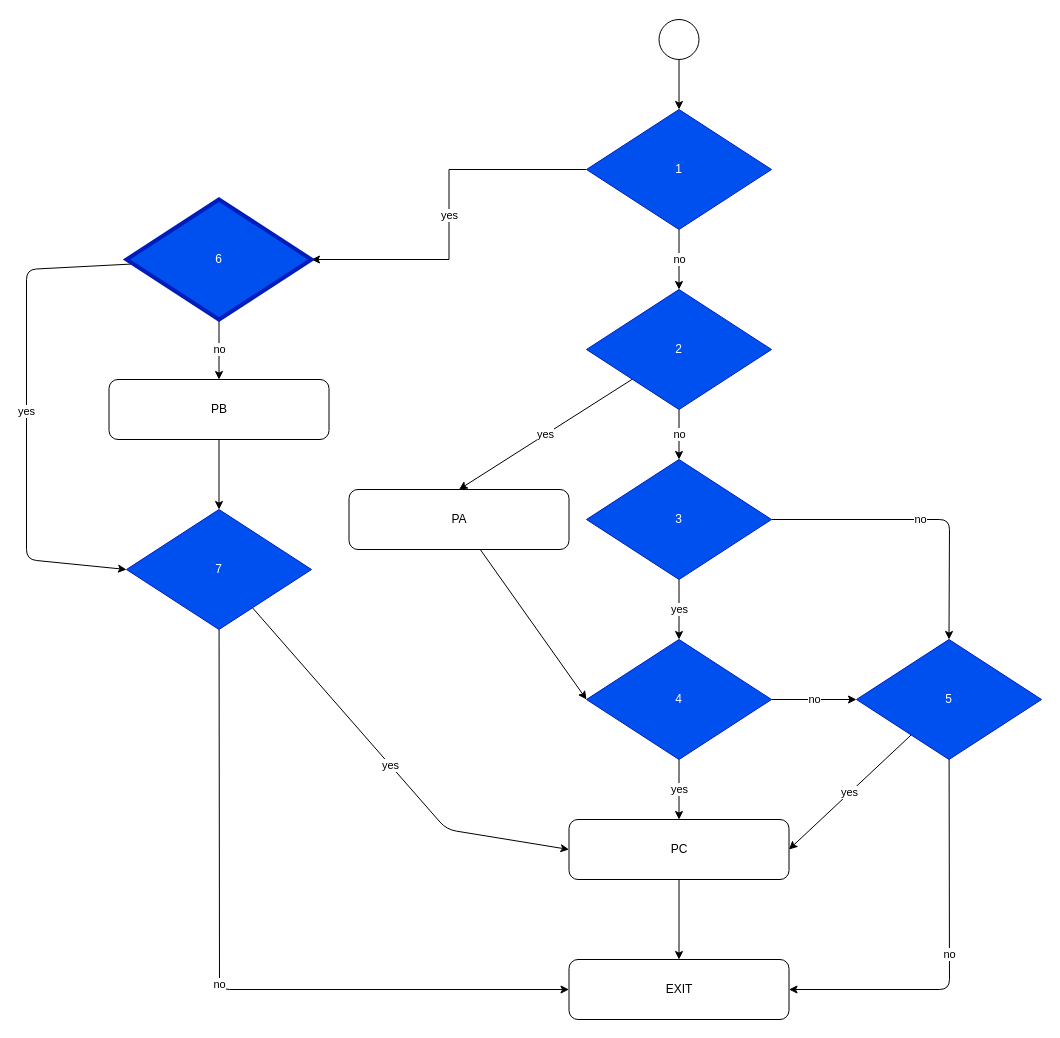
The draw.io diagram drawio_examples/addDemo_highlighted.drawio in clmentcoutet/graphe, before the edit. Source tidied: cells renumbered, new cells numbered last; positions are measured from the earlier drawing's top-left corner, leaving out a move shared by most shapes. Both pictures are drawn from the tidied source at 100%, with x=0, y=0 at pixel (26, 19).
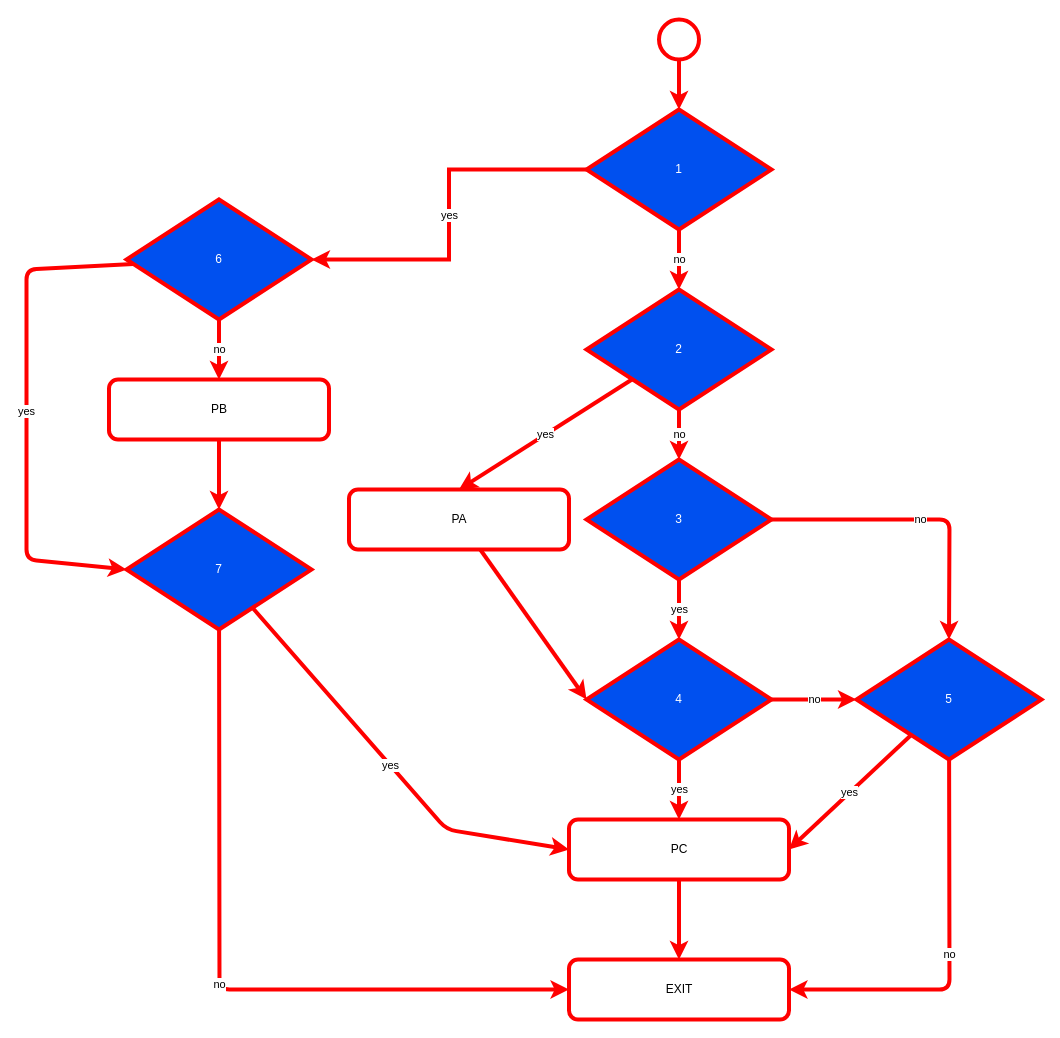
Above is the later version.

Change to the diagram source:
```diff
@@
-    <mxCell id="2" style="edgeStyle=none;html=1;exitX=0.5;exitY=1;exitDx=0;exitDy=0;entryX=0.5;entryY=0;entryDx=0;entryDy=0;" parent="1" edge="1" source="6" target="5">
+    <mxCell id="2" style="edgeStyle=none;html=1;exitX=0.5;exitY=1;exitDx=0;exitDy=0;entryX=0.5;entryY=0;entryDx=0;entryDy=0;strokeColor=#FF0000;strokeWidth=4;" parent="1" edge="1" source="6" target="5">
       <mxGeometry relative="1" as="geometry" />
     </mxCell>
-    <mxCell id="3" value="no" style="edgeStyle=none;html=1;" parent="1" edge="1" source="5" target="11">
+    <mxCell id="3" value="no" style="edgeStyle=none;html=1;strokeColor=#FF0000;strokeWidth=4;" parent="1" edge="1" source="5" target="11">
       <mxGeometry relative="1" as="geometry" />
     </mxCell>
-    <mxCell id="4" value="yes" style="edgeStyle=orthogonalEdgeStyle;rounded=0;jettySize=auto;html=1;" parent="1" edge="1" source="5" target="23">
+    <mxCell id="4" value="yes" style="edgeStyle=orthogonalEdgeStyle;rounded=0;jettySize=auto;html=1;strokeColor=#FF0000;strokeWidth=4;" parent="1" edge="1" source="5" target="23">
       <mxGeometry relative="1" as="geometry" />
     </mxCell>
-    <mxCell id="5" value="1" style="rhombus;whiteSpace=wrap;html=1;fillColor=#0050ef;fontColor=#ffffff;strokeColor=#001DBC;" parent="1" vertex="1">
+    <mxCell id="5" value="1" style="rhombus;whiteSpace=wrap;html=1;fillColor=#0050ef;fontColor=#ffffff;strokeColor=#FF0000;strokeWidth=4;" parent="1" vertex="1">
       <mxGeometry x="560" y="90" width="185" height="120" as="geometry" />
     </mxCell>
-    <mxCell id="6" style="ellipse;whiteSpace=wrap;html=1;" parent="1" vertex="1">
+    <mxCell id="6" style="ellipse;whiteSpace=wrap;html=1;strokeColor=#FF0000;strokeWidth=4;" parent="1" vertex="1">
       <mxGeometry x="632.5" width="40" height="40" as="geometry" />
     </mxCell>
-    <mxCell id="7" style="edgeStyle=none;html=1;" parent="1" edge="1" source="8" target="26">
+    <mxCell id="7" style="edgeStyle=none;html=1;strokeColor=#FF0000;strokeWidth=4;" parent="1" edge="1" source="8" target="26">
       <mxGeometry relative="1" as="geometry" />
     </mxCell>
-    <mxCell id="8" value="PB" style="rounded=1;whiteSpace=wrap;html=1;" parent="1" vertex="1">
+    <mxCell id="8" value="PB" style="rounded=1;whiteSpace=wrap;html=1;strokeColor=#FF0000;strokeWidth=4;" parent="1" vertex="1">
       <mxGeometry x="82.5" y="360" width="220" height="60" as="geometry" />
     </mxCell>
-    <mxCell id="9" value="no" style="edgeStyle=none;html=1;" parent="1" edge="1" source="11" target="14">
+    <mxCell id="9" value="no" style="edgeStyle=none;html=1;strokeColor=#FF0000;strokeWidth=4;" parent="1" edge="1" source="11" target="14">
       <mxGeometry relative="1" as="geometry" />
     </mxCell>
-    <mxCell id="10" value="yes" style="edgeStyle=none;html=1;entryX=0.5;entryY=0;entryDx=0;entryDy=0;" parent="1" edge="1" source="11" target="28">
+    <mxCell id="10" value="yes" style="edgeStyle=none;html=1;entryX=0.5;entryY=0;entryDx=0;entryDy=0;strokeColor=#FF0000;strokeWidth=4;" parent="1" edge="1" source="11" target="28">
       <mxGeometry relative="1" as="geometry" />
     </mxCell>
-    <mxCell id="11" value="2" style="rhombus;whiteSpace=wrap;html=1;fillColor=#0050ef;fontColor=#ffffff;strokeColor=#001DBC;" parent="1" vertex="1">
+    <mxCell id="11" value="2" style="rhombus;whiteSpace=wrap;html=1;fillColor=#0050ef;fontColor=#ffffff;strokeColor=#FF0000;strokeWidth=4;" parent="1" vertex="1">
       <mxGeometry x="560" y="270" width="185" height="120" as="geometry" />
     </mxCell>
-    <mxCell id="12" value="no" style="edgeStyle=none;html=1;exitX=1;exitY=0.5;exitDx=0;exitDy=0;entryX=0.5;entryY=0;entryDx=0;entryDy=0;" parent="1" edge="1" source="14" target="20">
+    <mxCell id="12" value="no" style="edgeStyle=none;html=1;exitX=1;exitY=0.5;exitDx=0;exitDy=0;entryX=0.5;entryY=0;entryDx=0;entryDy=0;strokeColor=#FF0000;strokeWidth=4;" parent="1" edge="1" source="14" target="20">
       <mxGeometry relative="1" as="geometry">
         <Array as="points">
           <mxPoint x="923" y="500" />
         </Array>
       </mxGeometry>
     </mxCell>
-    <mxCell id="13" value="yes" style="edgeStyle=none;html=1;" parent="1" edge="1" source="14" target="17">
+    <mxCell id="13" value="yes" style="edgeStyle=none;html=1;strokeColor=#FF0000;strokeWidth=4;" parent="1" edge="1" source="14" target="17">
       <mxGeometry relative="1" as="geometry" />
     </mxCell>
-    <mxCell id="14" value="3" style="rhombus;whiteSpace=wrap;html=1;fillColor=#0050ef;fontColor=#ffffff;strokeColor=#001DBC;" parent="1" vertex="1">
+    <mxCell id="14" value="3" style="rhombus;whiteSpace=wrap;html=1;fillColor=#0050ef;fontColor=#ffffff;strokeColor=#FF0000;strokeWidth=4;" parent="1" vertex="1">
       <mxGeometry x="560" y="440" width="185" height="120" as="geometry" />
     </mxCell>
-    <mxCell id="15" value="no" style="edgeStyle=none;html=1;" parent="1" edge="1" source="17" target="20">
+    <mxCell id="15" value="no" style="edgeStyle=none;html=1;strokeColor=#FF0000;strokeWidth=4;" parent="1" edge="1" source="17" target="20">
       <mxGeometry relative="1" as="geometry" />
     </mxCell>
-    <mxCell id="16" value="yes" style="edgeStyle=none;html=1;" parent="1" edge="1" source="17" target="30">
+    <mxCell id="16" value="yes" style="edgeStyle=none;html=1;strokeColor=#FF0000;strokeWidth=4;" parent="1" edge="1" source="17" target="30">
       <mxGeometry relative="1" as="geometry" />
     </mxCell>
-    <mxCell id="17" value="4" style="rhombus;whiteSpace=wrap;html=1;fillColor=#0050ef;fontColor=#ffffff;strokeColor=#001DBC;" parent="1" vertex="1">
+    <mxCell id="17" value="4" style="rhombus;whiteSpace=wrap;html=1;fillColor=#0050ef;fontColor=#ffffff;strokeColor=#FF0000;strokeWidth=4;" parent="1" vertex="1">
       <mxGeometry x="560" y="620" width="185" height="120" as="geometry" />
     </mxCell>
-    <mxCell id="18" value="yes" style="edgeStyle=none;html=1;entryX=1;entryY=0.5;entryDx=0;entryDy=0;" parent="1" edge="1" source="20" target="30">
+    <mxCell id="18" value="yes" style="edgeStyle=none;html=1;entryX=1;entryY=0.5;entryDx=0;entryDy=0;strokeColor=#FF0000;strokeWidth=4;" parent="1" edge="1" source="20" target="30">
       <mxGeometry relative="1" as="geometry" />
     </mxCell>
-    <mxCell id="19" value="no" style="edgeStyle=none;html=1;entryX=1;entryY=0.5;entryDx=0;entryDy=0;" parent="1" edge="1" source="20" target="31">
+    <mxCell id="19" value="no" style="edgeStyle=none;html=1;entryX=1;entryY=0.5;entryDx=0;entryDy=0;strokeColor=#FF0000;strokeWidth=4;" parent="1" edge="1" source="20" target="31">
       <mxGeometry relative="1" as="geometry">
         <Array as="points">
           <mxPoint x="923" y="970" />
         </Array>
       </mxGeometry>
     </mxCell>
-    <mxCell id="20" value="5" style="rhombus;whiteSpace=wrap;html=1;fillColor=#0050ef;fontColor=#ffffff;strokeColor=#001DBC;" parent="1" vertex="1">
+    <mxCell id="20" value="5" style="rhombus;whiteSpace=wrap;html=1;fillColor=#0050ef;fontColor=#ffffff;strokeColor=#FF0000;strokeWidth=4;" parent="1" vertex="1">
       <mxGeometry x="830" y="620" width="185" height="120" as="geometry" />
     </mxCell>
-    <mxCell id="21" value="no" style="edgeStyle=none;html=1;" parent="1" edge="1" source="23" target="8">
+    <mxCell id="21" value="no" style="edgeStyle=none;html=1;strokeColor=#FF0000;strokeWidth=4;" parent="1" edge="1" source="23" target="8">
       <mxGeometry relative="1" as="geometry" />
     </mxCell>
-    <mxCell id="22" value="yes" style="edgeStyle=none;html=1;entryX=0;entryY=0.5;entryDx=0;entryDy=0;" parent="1" edge="1" source="23" target="26">
+    <mxCell id="22" value="yes" style="edgeStyle=none;html=1;entryX=0;entryY=0.5;entryDx=0;entryDy=0;strokeColor=#FF0000;strokeWidth=4;" parent="1" edge="1" source="23" target="26">
       <mxGeometry relative="1" as="geometry">
         <Array as="points">
           <mxPoint y="250" />
           <mxPoint y="540" />
         </Array>
       </mxGeometry>
     </mxCell>
-    <mxCell id="23" value="6" style="rhombus;whiteSpace=wrap;html=1;fillColor=#0050ef;fontColor=#ffffff;strokeColor=#001DBC;strokeWidth=4;" parent="1" vertex="1">
+    <mxCell id="23" value="6" style="rhombus;whiteSpace=wrap;html=1;fillColor=#0050ef;fontColor=#ffffff;strokeColor=#FF0000;strokeWidth=4;" parent="1" vertex="1">
       <mxGeometry x="100" y="180" width="185" height="120" as="geometry" />
     </mxCell>
-    <mxCell id="24" value="yes" style="edgeStyle=none;html=1;entryX=0;entryY=0.5;entryDx=0;entryDy=0;" parent="1" edge="1" source="26" target="30">
+    <mxCell id="24" value="yes" style="edgeStyle=none;html=1;entryX=0;entryY=0.5;entryDx=0;entryDy=0;strokeColor=#FF0000;strokeWidth=4;" parent="1" edge="1" source="26" target="30">
       <mxGeometry relative="1" as="geometry">
         <Array as="points">
           <mxPoint x="420" y="810" />
         </Array>
       </mxGeometry>
     </mxCell>
-    <mxCell id="25" value="no" style="edgeStyle=none;html=1;entryX=0;entryY=0.5;entryDx=0;entryDy=0;" parent="1" edge="1" source="26" target="31">
+    <mxCell id="25" value="no" style="edgeStyle=none;html=1;entryX=0;entryY=0.5;entryDx=0;entryDy=0;strokeColor=#FF0000;strokeWidth=4;" parent="1" edge="1" source="26" target="31">
       <mxGeometry relative="1" as="geometry">
         <Array as="points">
           <mxPoint x="193" y="970" />
         </Array>
       </mxGeometry>
     </mxCell>
-    <mxCell id="26" value="7" style="rhombus;whiteSpace=wrap;html=1;fillColor=#0050ef;fontColor=#ffffff;strokeColor=#001DBC;" parent="1" vertex="1">
+    <mxCell id="26" value="7" style="rhombus;whiteSpace=wrap;html=1;fillColor=#0050ef;fontColor=#ffffff;strokeColor=#FF0000;strokeWidth=4;" parent="1" vertex="1">
       <mxGeometry x="100" y="490" width="185" height="120" as="geometry" />
     </mxCell>
-    <mxCell id="27" style="edgeStyle=none;html=1;entryX=0;entryY=0.5;entryDx=0;entryDy=0;" parent="1" edge="1" source="28" target="17">
+    <mxCell id="27" style="edgeStyle=none;html=1;entryX=0;entryY=0.5;entryDx=0;entryDy=0;strokeColor=#FF0000;strokeWidth=4;" parent="1" edge="1" source="28" target="17">
       <mxGeometry relative="1" as="geometry" />
     </mxCell>
-    <mxCell id="28" value="PA" style="rounded=1;whiteSpace=wrap;html=1;" parent="1" vertex="1">
+    <mxCell id="28" value="PA" style="rounded=1;whiteSpace=wrap;html=1;strokeColor=#FF0000;strokeWidth=4;" parent="1" vertex="1">
       <mxGeometry x="322.5" y="470" width="220" height="60" as="geometry" />
     </mxCell>
-    <mxCell id="29" style="edgeStyle=none;html=1;entryX=0.5;entryY=0;entryDx=0;entryDy=0;" parent="1" edge="1" source="30" target="31">
+    <mxCell id="29" style="edgeStyle=none;html=1;entryX=0.5;entryY=0;entryDx=0;entryDy=0;strokeColor=#FF0000;strokeWidth=4;" parent="1" edge="1" source="30" target="31">
       <mxGeometry relative="1" as="geometry" />
     </mxCell>
-    <mxCell id="30" value="PC" style="rounded=1;whiteSpace=wrap;html=1;" parent="1" vertex="1">
+    <mxCell id="30" value="PC" style="rounded=1;whiteSpace=wrap;html=1;strokeColor=#FF0000;strokeWidth=4;" parent="1" vertex="1">
       <mxGeometry x="542.5" y="800" width="220" height="60" as="geometry" />
     </mxCell>
-    <mxCell id="31" value="EXIT" style="rounded=1;whiteSpace=wrap;html=1;" parent="1" vertex="1">
+    <mxCell id="31" value="EXIT" style="rounded=1;whiteSpace=wrap;html=1;strokeColor=#FF0000;strokeWidth=4;" parent="1" vertex="1">
       <mxGeometry x="542.5" y="940" width="220" height="60" as="geometry" />
     </mxCell>
```
